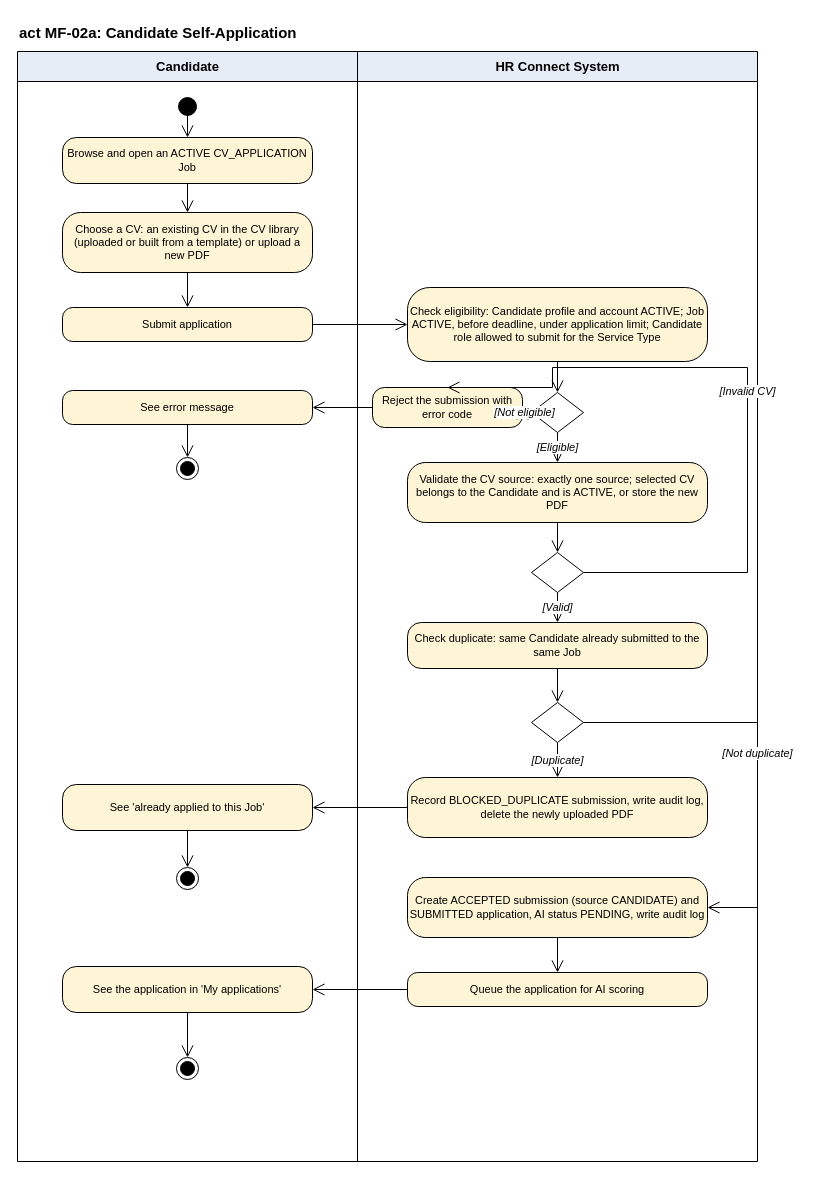
Before: docs/diagrams/activity/source/act-mf02a-candidate-self-application.drawio in hoangqui794/hr-connect, a draw.io diagram. Source tidied: cells renumbered, new cells numbered last; positions are measured from the earlier drawing's top-left corner, leaving out a move shared by most shapes. Both pictures are drawn from the tidied source at 100%, with x=0, y=0 at pixel (17, 17).
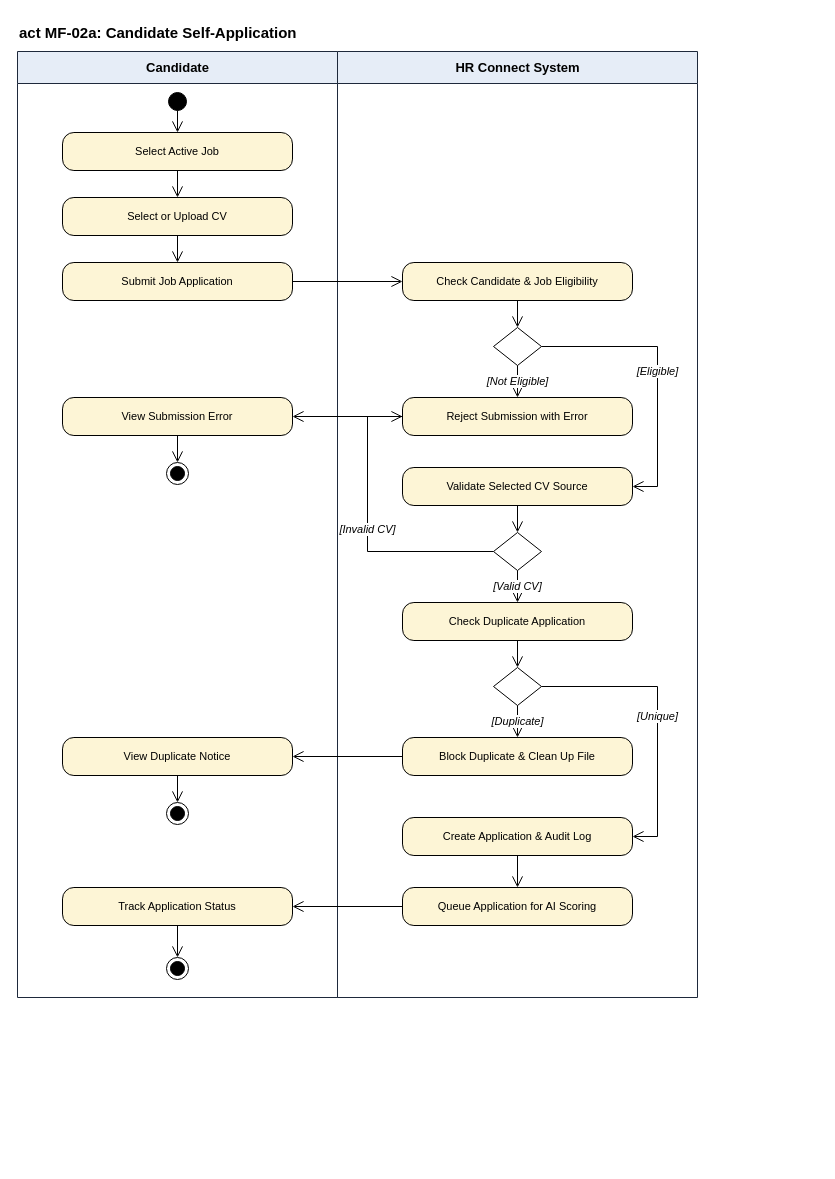
The same diagram, later.

The edit, as a diff of the source:
```diff
@@
-    <mxCell id="2" value="act MF-02a: Candidate Self-Application" style="text;html=1;fontStyle=1;fontSize=15;" parent="1" vertex="1">
-      <mxGeometry width="600" height="26" as="geometry" />
+    <mxCell id="2" value="act MF-02a: Candidate Self-Application" style="text;html=1;fontStyle=1;fontSize=15;fontFamily=Helvetica;" parent="1" vertex="1">
+      <mxGeometry width="800" height="26" as="geometry" />
     </mxCell>
-    <mxCell id="3" value="Candidate" style="swimlane;startSize=30;html=1;fillColor=#E6EDF7;strokeColor=#000000;fontStyle=1;fontSize=13;" parent="1" vertex="1">
-      <mxGeometry y="34" width="340" height="1110" as="geometry" />
+    <mxCell id="3" value="Candidate" style="swimlane;startSize=32;html=1;fillColor=#E6EDF7;strokeColor=#1E293B;fontStyle=1;fontSize=13;fontFamily=Helvetica;" parent="1" vertex="1">
+      <mxGeometry y="34" width="320" height="946" as="geometry" />
     </mxCell>
-    <mxCell id="4" value="HR Connect System" style="swimlane;startSize=30;html=1;fillColor=#E6EDF7;strokeColor=#000000;fontStyle=1;fontSize=13;" parent="1" vertex="1">
-      <mxGeometry x="340" y="34" width="400" height="1110" as="geometry" />
+    <mxCell id="4" value="HR Connect System" style="swimlane;startSize=32;html=1;fillColor=#E6EDF7;strokeColor=#1E293B;fontStyle=1;fontSize=13;fontFamily=Helvetica;" parent="1" vertex="1">
+      <mxGeometry x="320" y="34" width="360" height="946" as="geometry" />
     </mxCell>
     <mxCell id="5" style="ellipse;fillColor=#000000;strokeColor=#000000;" parent="1" vertex="1">
-      <mxGeometry x="161" y="80" width="18" height="18" as="geometry" />
+      <mxGeometry x="151" y="75" width="18" height="18" as="geometry" />
     </mxCell>
-    <mxCell id="6" value="Browse and open an ACTIVE CV_APPLICATION Job" style="rounded=1;arcSize=30;whiteSpace=wrap;html=1;fillColor=#FDF5D6;strokeColor=#000000;fontSize=11;" parent="1" vertex="1">
-      <mxGeometry x="45" y="120" width="250" height="46" as="geometry" />
+    <mxCell id="6" value="Select Active Job" style="rounded=1;arcSize=30;whiteSpace=wrap;html=1;fillColor=#FDF5D6;strokeColor=#000000;fontSize=11;fontStyle=0;fontFamily=Helvetica;" parent="1" vertex="1">
+      <mxGeometry x="45" y="115" width="230" height="38" as="geometry" />
     </mxCell>
-    <mxCell id="7" value="Choose a CV: an existing CV in the CV library (uploaded or built from a template) or upload a new PDF" style="rounded=1;arcSize=30;whiteSpace=wrap;html=1;fillColor=#FDF5D6;strokeColor=#000000;fontSize=11;" parent="1" vertex="1">
-      <mxGeometry x="45" y="195" width="250" height="60" as="geometry" />
+    <mxCell id="7" value="Select or Upload CV" style="rounded=1;arcSize=30;whiteSpace=wrap;html=1;fillColor=#FDF5D6;strokeColor=#000000;fontSize=11;fontStyle=0;fontFamily=Helvetica;" parent="1" vertex="1">
+      <mxGeometry x="45" y="180" width="230" height="38" as="geometry" />
     </mxCell>
-    <mxCell id="8" value="Submit application" style="rounded=1;arcSize=30;whiteSpace=wrap;html=1;fillColor=#FDF5D6;strokeColor=#000000;fontSize=11;" parent="1" vertex="1">
-      <mxGeometry x="45" y="290" width="250" height="34" as="geometry" />
+    <mxCell id="8" value="Submit Job Application" style="rounded=1;arcSize=30;whiteSpace=wrap;html=1;fillColor=#FDF5D6;strokeColor=#000000;fontSize=11;fontStyle=0;fontFamily=Helvetica;" parent="1" vertex="1">
+      <mxGeometry x="45" y="245" width="230" height="38" as="geometry" />
     </mxCell>
-    <mxCell id="9" value="Check eligibility: Candidate profile and account ACTIVE; Job ACTIVE, before deadline, under application limit; Candidate role allowed to submit for the Service Type" style="rounded=1;arcSize=30;whiteSpace=wrap;html=1;fillColor=#FDF5D6;strokeColor=#000000;fontSize=11;" parent="1" vertex="1">
-      <mxGeometry x="390" y="270" width="300" height="74" as="geometry" />
+    <mxCell id="9" value="Check Candidate &amp; Job Eligibility" style="rounded=1;arcSize=30;whiteSpace=wrap;html=1;fillColor=#FDF5D6;strokeColor=#000000;fontSize=11;fontStyle=0;fontFamily=Helvetica;" parent="1" vertex="1">
+      <mxGeometry x="385" y="245" width="230" height="38" as="geometry" />
     </mxCell>
-    <mxCell id="10" style="rhombus;whiteSpace=wrap;html=1;fillColor=#FFFFFF;strokeColor=#000000;" parent="1" vertex="1">
-      <mxGeometry x="514" y="375" width="52" height="40" as="geometry" />
+    <mxCell id="10" style="rhombus;whiteSpace=wrap;html=1;fillColor=#FFFFFF;strokeColor=#000000;fontSize=10;" parent="1" vertex="1">
+      <mxGeometry x="476" y="310" width="48" height="38" as="geometry" />
     </mxCell>
-    <mxCell id="11" value="Reject the submission with error code" style="rounded=1;arcSize=30;whiteSpace=wrap;html=1;fillColor=#FDF5D6;strokeColor=#000000;fontSize=11;" parent="1" vertex="1">
-      <mxGeometry x="355" y="370" width="150" height="40" as="geometry" />
+    <mxCell id="11" value="Reject Submission with Error" style="rounded=1;arcSize=30;whiteSpace=wrap;html=1;fillColor=#FDF5D6;strokeColor=#000000;fontSize=11;fontStyle=0;fontFamily=Helvetica;" parent="1" vertex="1">
+      <mxGeometry x="385" y="380" width="230" height="38" as="geometry" />
     </mxCell>
-    <mxCell id="12" value="See error message" style="rounded=1;arcSize=30;whiteSpace=wrap;html=1;fillColor=#FDF5D6;strokeColor=#000000;fontSize=11;" parent="1" vertex="1">
-      <mxGeometry x="45" y="373" width="250" height="34" as="geometry" />
+    <mxCell id="12" value="View Submission Error" style="rounded=1;arcSize=30;whiteSpace=wrap;html=1;fillColor=#FDF5D6;strokeColor=#000000;fontSize=11;fontStyle=0;fontFamily=Helvetica;" parent="1" vertex="1">
+      <mxGeometry x="45" y="380" width="230" height="38" as="geometry" />
     </mxCell>
+    <mxCell id="22" style="ellipse;shape=endState;fillColor=#000000;strokeColor=#000000;" parent="1" vertex="1">
+      <mxGeometry x="149" y="445" width="22" height="22" as="geometry" />
+    </mxCell>
-    <mxCell id="13" value="Validate the CV source: exactly one source; selected CV belongs to the Candidate and is ACTIVE, or store the new PDF" style="rounded=1;arcSize=30;whiteSpace=wrap;html=1;fillColor=#FDF5D6;strokeColor=#000000;fontSize=11;" parent="1" vertex="1">
-      <mxGeometry x="390" y="445" width="300" height="60" as="geometry" />
+    <mxCell id="13" value="Validate Selected CV Source" style="rounded=1;arcSize=30;whiteSpace=wrap;html=1;fillColor=#FDF5D6;strokeColor=#000000;fontSize=11;fontStyle=0;fontFamily=Helvetica;" parent="1" vertex="1">
+      <mxGeometry x="385" y="450" width="230" height="38" as="geometry" />
     </mxCell>
-    <mxCell id="14" style="rhombus;whiteSpace=wrap;html=1;fillColor=#FFFFFF;strokeColor=#000000;" parent="1" vertex="1">
-      <mxGeometry x="514" y="535" width="52" height="40" as="geometry" />
+    <mxCell id="14" style="rhombus;whiteSpace=wrap;html=1;fillColor=#FFFFFF;strokeColor=#000000;fontSize=10;" parent="1" vertex="1">
+      <mxGeometry x="476" y="515" width="48" height="38" as="geometry" />
     </mxCell>
-    <mxCell id="15" value="Check duplicate: same Candidate already submitted to the same Job" style="rounded=1;arcSize=30;whiteSpace=wrap;html=1;fillColor=#FDF5D6;strokeColor=#000000;fontSize=11;" parent="1" vertex="1">
-      <mxGeometry x="390" y="605" width="300" height="46" as="geometry" />
+    <mxCell id="15" value="Check Duplicate Application" style="rounded=1;arcSize=30;whiteSpace=wrap;html=1;fillColor=#FDF5D6;strokeColor=#000000;fontSize=11;fontStyle=0;fontFamily=Helvetica;" parent="1" vertex="1">
+      <mxGeometry x="385" y="585" width="230" height="38" as="geometry" />
     </mxCell>
-    <mxCell id="16" style="rhombus;whiteSpace=wrap;html=1;fillColor=#FFFFFF;strokeColor=#000000;" parent="1" vertex="1">
-      <mxGeometry x="514" y="685" width="52" height="40" as="geometry" />
+    <mxCell id="16" style="rhombus;whiteSpace=wrap;html=1;fillColor=#FFFFFF;strokeColor=#000000;fontSize=10;" parent="1" vertex="1">
+      <mxGeometry x="476" y="650" width="48" height="38" as="geometry" />
     </mxCell>
-    <mxCell id="17" value="Record BLOCKED_DUPLICATE submission, write audit log, delete the newly uploaded PDF" style="rounded=1;arcSize=30;whiteSpace=wrap;html=1;fillColor=#FDF5D6;strokeColor=#000000;fontSize=11;" parent="1" vertex="1">
-      <mxGeometry x="390" y="760" width="300" height="60" as="geometry" />
+    <mxCell id="17" value="Block Duplicate &amp; Clean Up File" style="rounded=1;arcSize=30;whiteSpace=wrap;html=1;fillColor=#FDF5D6;strokeColor=#000000;fontSize=11;fontStyle=0;fontFamily=Helvetica;" parent="1" vertex="1">
+      <mxGeometry x="385" y="720" width="230" height="38" as="geometry" />
     </mxCell>
-    <mxCell id="18" value="See 'already applied to this Job'" style="rounded=1;arcSize=30;whiteSpace=wrap;html=1;fillColor=#FDF5D6;strokeColor=#000000;fontSize=11;" parent="1" vertex="1">
-      <mxGeometry x="45" y="767" width="250" height="46" as="geometry" />
+    <mxCell id="18" value="View Duplicate Notice" style="rounded=1;arcSize=30;whiteSpace=wrap;html=1;fillColor=#FDF5D6;strokeColor=#000000;fontSize=11;fontStyle=0;fontFamily=Helvetica;" parent="1" vertex="1">
+      <mxGeometry x="45" y="720" width="230" height="38" as="geometry" />
     </mxCell>
+    <mxCell id="23" style="ellipse;shape=endState;fillColor=#000000;strokeColor=#000000;" parent="1" vertex="1">
+      <mxGeometry x="149" y="785" width="22" height="22" as="geometry" />
+    </mxCell>
-    <mxCell id="19" value="Create ACCEPTED submission (source CANDIDATE) and SUBMITTED application, AI status PENDING, write audit log" style="rounded=1;arcSize=30;whiteSpace=wrap;html=1;fillColor=#FDF5D6;strokeColor=#000000;fontSize=11;" parent="1" vertex="1">
-      <mxGeometry x="390" y="860" width="300" height="60" as="geometry" />
+    <mxCell id="19" value="Create Application &amp; Audit Log" style="rounded=1;arcSize=30;whiteSpace=wrap;html=1;fillColor=#FDF5D6;strokeColor=#000000;fontSize=11;fontStyle=0;fontFamily=Helvetica;" parent="1" vertex="1">
+      <mxGeometry x="385" y="800" width="230" height="38" as="geometry" />
     </mxCell>
-    <mxCell id="20" value="Queue the application for AI scoring" style="rounded=1;arcSize=30;whiteSpace=wrap;html=1;fillColor=#FDF5D6;strokeColor=#000000;fontSize=11;" parent="1" vertex="1">
-      <mxGeometry x="390" y="955" width="300" height="34" as="geometry" />
+    <mxCell id="20" value="Queue Application for AI Scoring" style="rounded=1;arcSize=30;whiteSpace=wrap;html=1;fillColor=#FDF5D6;strokeColor=#000000;fontSize=11;fontStyle=0;fontFamily=Helvetica;" parent="1" vertex="1">
+      <mxGeometry x="385" y="870" width="230" height="38" as="geometry" />
     </mxCell>
-    <mxCell id="21" value="See the application in 'My applications'" style="rounded=1;arcSize=30;whiteSpace=wrap;html=1;fillColor=#FDF5D6;strokeColor=#000000;fontSize=11;" parent="1" vertex="1">
-      <mxGeometry x="45" y="949" width="250" height="46" as="geometry" />
+    <mxCell id="21" value="Track Application Status" style="rounded=1;arcSize=30;whiteSpace=wrap;html=1;fillColor=#FDF5D6;strokeColor=#000000;fontSize=11;fontStyle=0;fontFamily=Helvetica;" parent="1" vertex="1">
+      <mxGeometry x="45" y="870" width="230" height="38" as="geometry" />
     </mxCell>
-    <mxCell id="22" style="ellipse;shape=endState;fillColor=#000000;strokeColor=#000000;" parent="1" vertex="1">
-      <mxGeometry x="159" y="440" width="22" height="22" as="geometry" />
-    </mxCell>
-    <mxCell id="23" style="ellipse;shape=endState;fillColor=#000000;strokeColor=#000000;" parent="1" vertex="1">
-      <mxGeometry x="159" y="850" width="22" height="22" as="geometry" />
-    </mxCell>
     <mxCell id="24" style="ellipse;shape=endState;fillColor=#000000;strokeColor=#000000;" parent="1" vertex="1">
-      <mxGeometry x="159" y="1040" width="22" height="22" as="geometry" />
+      <mxGeometry x="149" y="940" width="22" height="22" as="geometry" />
     </mxCell>
-    <mxCell id="25" style="endArrow=open;endSize=10;html=1;rounded=0;edgeStyle=orthogonalEdgeStyle;fontStyle=2;fontSize=11;labelBackgroundColor=#FFFFFF;" parent="1" edge="1" source="5" target="6">
+    <mxCell id="25" style="endArrow=open;endSize=9;html=1;rounded=0;edgeStyle=orthogonalEdgeStyle;fontStyle=2;fontSize=11;fontFamily=Helvetica;labelBackgroundColor=#FFFFFF;strokeColor=#000000;" parent="1" edge="1" source="5" target="6">
       <mxGeometry relative="1" as="geometry" />
     </mxCell>
-    <mxCell id="26" style="endArrow=open;endSize=10;html=1;rounded=0;edgeStyle=orthogonalEdgeStyle;fontStyle=2;fontSize=11;labelBackgroundColor=#FFFFFF;" parent="1" edge="1" source="6" target="7">
+    <mxCell id="26" style="endArrow=open;endSize=9;html=1;rounded=0;edgeStyle=orthogonalEdgeStyle;fontStyle=2;fontSize=11;fontFamily=Helvetica;labelBackgroundColor=#FFFFFF;strokeColor=#000000;" parent="1" edge="1" source="6" target="7">
       <mxGeometry relative="1" as="geometry" />
     </mxCell>
-    <mxCell id="27" style="endArrow=open;endSize=10;html=1;rounded=0;edgeStyle=orthogonalEdgeStyle;fontStyle=2;fontSize=11;labelBackgroundColor=#FFFFFF;" parent="1" edge="1" source="7" target="8">
+    <mxCell id="27" style="endArrow=open;endSize=9;html=1;rounded=0;edgeStyle=orthogonalEdgeStyle;fontStyle=2;fontSize=11;fontFamily=Helvetica;labelBackgroundColor=#FFFFFF;strokeColor=#000000;" parent="1" edge="1" source="7" target="8">
       <mxGeometry relative="1" as="geometry" />
     </mxCell>
-    <mxCell id="28" style="endArrow=open;endSize=10;html=1;rounded=0;edgeStyle=orthogonalEdgeStyle;fontStyle=2;fontSize=11;labelBackgroundColor=#FFFFFF;exitX=1;exitY=0.5;exitDx=0;exitDy=0;entryX=0;entryY=0.5;entryDx=0;entryDy=0;" parent="1" edge="1" source="8" target="9">
+    <mxCell id="28" style="endArrow=open;endSize=9;html=1;rounded=0;edgeStyle=orthogonalEdgeStyle;fontStyle=2;fontSize=11;fontFamily=Helvetica;labelBackgroundColor=#FFFFFF;strokeColor=#000000;exitX=1;exitY=0.5;entryX=0;entryY=0.5;" parent="1" edge="1" source="8" target="9">
       <mxGeometry relative="1" as="geometry" />
     </mxCell>
-    <mxCell id="29" style="endArrow=open;endSize=10;html=1;rounded=0;edgeStyle=orthogonalEdgeStyle;fontStyle=2;fontSize=11;labelBackgroundColor=#FFFFFF;" parent="1" edge="1" source="9" target="10">
+    <mxCell id="29" style="endArrow=open;endSize=9;html=1;rounded=0;edgeStyle=orthogonalEdgeStyle;fontStyle=2;fontSize=11;fontFamily=Helvetica;labelBackgroundColor=#FFFFFF;strokeColor=#000000;" parent="1" edge="1" source="9" target="10">
       <mxGeometry relative="1" as="geometry" />
     </mxCell>
-    <mxCell id="30" value="[Not eligible]" style="endArrow=open;endSize=10;html=1;rounded=0;edgeStyle=orthogonalEdgeStyle;fontStyle=2;fontSize=11;labelBackgroundColor=#FFFFFF;exitX=0;exitY=0.5;exitDx=0;exitDy=0;entryX=1;entryY=0.5;entryDx=0;entryDy=0;" parent="1" edge="1" source="10" target="11">
+    <mxCell id="30" value="[Not Eligible]" style="endArrow=open;endSize=9;html=1;rounded=0;edgeStyle=orthogonalEdgeStyle;fontStyle=2;fontSize=11;fontFamily=Helvetica;labelBackgroundColor=#FFFFFF;strokeColor=#000000;exitX=0.5;exitY=1;entryX=0.5;entryY=0;" parent="1" edge="1" source="10" target="11">
       <mxGeometry relative="1" as="geometry" />
     </mxCell>
-    <mxCell id="31" style="endArrow=open;endSize=10;html=1;rounded=0;edgeStyle=orthogonalEdgeStyle;fontStyle=2;fontSize=11;labelBackgroundColor=#FFFFFF;" parent="1" edge="1" source="11" target="12">
+    <mxCell id="31" style="endArrow=open;endSize=9;html=1;rounded=0;edgeStyle=orthogonalEdgeStyle;fontStyle=2;fontSize=11;fontFamily=Helvetica;labelBackgroundColor=#FFFFFF;strokeColor=#000000;exitX=0;exitY=0.5;entryX=1;entryY=0.5;" parent="1" edge="1" source="11" target="12">
       <mxGeometry relative="1" as="geometry" />
     </mxCell>
-    <mxCell id="32" style="endArrow=open;endSize=10;html=1;rounded=0;edgeStyle=orthogonalEdgeStyle;fontStyle=2;fontSize=11;labelBackgroundColor=#FFFFFF;" parent="1" edge="1" source="12" target="22">
+    <mxCell id="32" style="endArrow=open;endSize=9;html=1;rounded=0;edgeStyle=orthogonalEdgeStyle;fontStyle=2;fontSize=11;fontFamily=Helvetica;labelBackgroundColor=#FFFFFF;strokeColor=#000000;" parent="1" edge="1" source="12" target="22">
       <mxGeometry relative="1" as="geometry" />
     </mxCell>
-    <mxCell id="33" value="[Eligible]" style="endArrow=open;endSize=10;html=1;rounded=0;edgeStyle=orthogonalEdgeStyle;fontStyle=2;fontSize=11;labelBackgroundColor=#FFFFFF;" parent="1" edge="1" source="10" target="13">
-      <mxGeometry relative="1" as="geometry" />
+    <mxCell id="33" value="[Eligible]" style="endArrow=open;endSize=9;html=1;rounded=0;edgeStyle=orthogonalEdgeStyle;fontStyle=2;fontSize=11;fontFamily=Helvetica;labelBackgroundColor=#FFFFFF;strokeColor=#000000;exitX=1;exitY=0.5;entryX=1;entryY=0.5;" parent="1" edge="1" source="10" target="13">
+      <mxGeometry relative="1" as="geometry">
+        <Array as="points">
+          <mxPoint x="640" y="329" />
+          <mxPoint x="640" y="469" />
+        </Array>
+      </mxGeometry>
     </mxCell>
-    <mxCell id="34" style="endArrow=open;endSize=10;html=1;rounded=0;edgeStyle=orthogonalEdgeStyle;fontStyle=2;fontSize=11;labelBackgroundColor=#FFFFFF;" parent="1" edge="1" source="13" target="14">
+    <mxCell id="34" style="endArrow=open;endSize=9;html=1;rounded=0;edgeStyle=orthogonalEdgeStyle;fontStyle=2;fontSize=11;fontFamily=Helvetica;labelBackgroundColor=#FFFFFF;strokeColor=#000000;" parent="1" edge="1" source="13" target="14">
       <mxGeometry relative="1" as="geometry" />
     </mxCell>
-    <mxCell id="35" value="[Invalid CV]" style="endArrow=open;endSize=10;html=1;rounded=0;edgeStyle=orthogonalEdgeStyle;fontStyle=2;fontSize=11;labelBackgroundColor=#FFFFFF;exitX=1;exitY=0.5;exitDx=0;exitDy=0;entryX=0.5;entryY=0;entryDx=0;entryDy=0;" parent="1" edge="1" source="14" target="11">
+    <mxCell id="35" value="[Invalid CV]" style="endArrow=open;endSize=9;html=1;rounded=0;edgeStyle=orthogonalEdgeStyle;fontStyle=2;fontSize=11;fontFamily=Helvetica;labelBackgroundColor=#FFFFFF;strokeColor=#000000;exitX=0;exitY=0.5;entryX=0;entryY=0.5;" parent="1" edge="1" source="14" target="11">
       <mxGeometry relative="1" as="geometry">
         <Array as="points">
-          <mxPoint x="730" y="555" />
-          <mxPoint x="730" y="350" />
-          <mxPoint x="535" y="350" />
+          <mxPoint x="350" y="534" />
+          <mxPoint x="350" y="399" />
         </Array>
       </mxGeometry>
     </mxCell>
-    <mxCell id="36" value="[Valid]" style="endArrow=open;endSize=10;html=1;rounded=0;edgeStyle=orthogonalEdgeStyle;fontStyle=2;fontSize=11;labelBackgroundColor=#FFFFFF;" parent="1" edge="1" source="14" target="15">
+    <mxCell id="36" value="[Valid CV]" style="endArrow=open;endSize=9;html=1;rounded=0;edgeStyle=orthogonalEdgeStyle;fontStyle=2;fontSize=11;fontFamily=Helvetica;labelBackgroundColor=#FFFFFF;strokeColor=#000000;" parent="1" edge="1" source="14" target="15">
       <mxGeometry relative="1" as="geometry" />
     </mxCell>
-    <mxCell id="37" style="endArrow=open;endSize=10;html=1;rounded=0;edgeStyle=orthogonalEdgeStyle;fontStyle=2;fontSize=11;labelBackgroundColor=#FFFFFF;" parent="1" edge="1" source="15" target="16">
+    <mxCell id="37" style="endArrow=open;endSize=9;html=1;rounded=0;edgeStyle=orthogonalEdgeStyle;fontStyle=2;fontSize=11;fontFamily=Helvetica;labelBackgroundColor=#FFFFFF;strokeColor=#000000;" parent="1" edge="1" source="15" target="16">
       <mxGeometry relative="1" as="geometry" />
     </mxCell>
-    <mxCell id="38" value="[Duplicate]" style="endArrow=open;endSize=10;html=1;rounded=0;edgeStyle=orthogonalEdgeStyle;fontStyle=2;fontSize=11;labelBackgroundColor=#FFFFFF;" parent="1" edge="1" source="16" target="17">
+    <mxCell id="38" value="[Duplicate]" style="endArrow=open;endSize=9;html=1;rounded=0;edgeStyle=orthogonalEdgeStyle;fontStyle=2;fontSize=11;fontFamily=Helvetica;labelBackgroundColor=#FFFFFF;strokeColor=#000000;" parent="1" edge="1" source="16" target="17">
       <mxGeometry relative="1" as="geometry" />
     </mxCell>
-    <mxCell id="39" style="endArrow=open;endSize=10;html=1;rounded=0;edgeStyle=orthogonalEdgeStyle;fontStyle=2;fontSize=11;labelBackgroundColor=#FFFFFF;" parent="1" edge="1" source="17" target="18">
+    <mxCell id="39" style="endArrow=open;endSize=9;html=1;rounded=0;edgeStyle=orthogonalEdgeStyle;fontStyle=2;fontSize=11;fontFamily=Helvetica;labelBackgroundColor=#FFFFFF;strokeColor=#000000;exitX=0;exitY=0.5;entryX=1;entryY=0.5;" parent="1" edge="1" source="17" target="18">
       <mxGeometry relative="1" as="geometry" />
     </mxCell>
-    <mxCell id="40" style="endArrow=open;endSize=10;html=1;rounded=0;edgeStyle=orthogonalEdgeStyle;fontStyle=2;fontSize=11;labelBackgroundColor=#FFFFFF;" parent="1" edge="1" source="18" target="23">
+    <mxCell id="40" style="endArrow=open;endSize=9;html=1;rounded=0;edgeStyle=orthogonalEdgeStyle;fontStyle=2;fontSize=11;fontFamily=Helvetica;labelBackgroundColor=#FFFFFF;strokeColor=#000000;" parent="1" edge="1" source="18" target="23">
       <mxGeometry relative="1" as="geometry" />
     </mxCell>
-    <mxCell id="41" value="[Not duplicate]" style="endArrow=open;endSize=10;html=1;rounded=0;edgeStyle=orthogonalEdgeStyle;fontStyle=2;fontSize=11;labelBackgroundColor=#FFFFFF;exitX=1;exitY=0.5;exitDx=0;exitDy=0;entryX=1;entryY=0.5;entryDx=0;entryDy=0;" parent="1" edge="1" source="16" target="19">
+    <mxCell id="41" value="[Unique]" style="endArrow=open;endSize=9;html=1;rounded=0;edgeStyle=orthogonalEdgeStyle;fontStyle=2;fontSize=11;fontFamily=Helvetica;labelBackgroundColor=#FFFFFF;strokeColor=#000000;exitX=1;exitY=0.5;entryX=1;entryY=0.5;" parent="1" edge="1" source="16" target="19">
       <mxGeometry relative="1" as="geometry">
         <Array as="points">
-          <mxPoint x="740" y="705" />
-          <mxPoint x="740" y="890" />
+          <mxPoint x="640" y="669" />
+          <mxPoint x="640" y="819" />
         </Array>
       </mxGeometry>
     </mxCell>
-    <mxCell id="42" style="endArrow=open;endSize=10;html=1;rounded=0;edgeStyle=orthogonalEdgeStyle;fontStyle=2;fontSize=11;labelBackgroundColor=#FFFFFF;" parent="1" edge="1" source="19" target="20">
+    <mxCell id="42" style="endArrow=open;endSize=9;html=1;rounded=0;edgeStyle=orthogonalEdgeStyle;fontStyle=2;fontSize=11;fontFamily=Helvetica;labelBackgroundColor=#FFFFFF;strokeColor=#000000;" parent="1" edge="1" source="19" target="20">
       <mxGeometry relative="1" as="geometry" />
     </mxCell>
-    <mxCell id="43" style="endArrow=open;endSize=10;html=1;rounded=0;edgeStyle=orthogonalEdgeStyle;fontStyle=2;fontSize=11;labelBackgroundColor=#FFFFFF;" parent="1" edge="1" source="20" target="21">
+    <mxCell id="43" style="endArrow=open;endSize=9;html=1;rounded=0;edgeStyle=orthogonalEdgeStyle;fontStyle=2;fontSize=11;fontFamily=Helvetica;labelBackgroundColor=#FFFFFF;strokeColor=#000000;exitX=0;exitY=0.5;entryX=1;entryY=0.5;" parent="1" edge="1" source="20" target="21">
       <mxGeometry relative="1" as="geometry" />
     </mxCell>
-    <mxCell id="44" style="endArrow=open;endSize=10;html=1;rounded=0;edgeStyle=orthogonalEdgeStyle;fontStyle=2;fontSize=11;labelBackgroundColor=#FFFFFF;" parent="1" edge="1" source="21" target="24">
+    <mxCell id="44" style="endArrow=open;endSize=9;html=1;rounded=0;edgeStyle=orthogonalEdgeStyle;fontStyle=2;fontSize=11;fontFamily=Helvetica;labelBackgroundColor=#FFFFFF;strokeColor=#000000;" parent="1" edge="1" source="21" target="24">
       <mxGeometry relative="1" as="geometry" />
     </mxCell>
```
